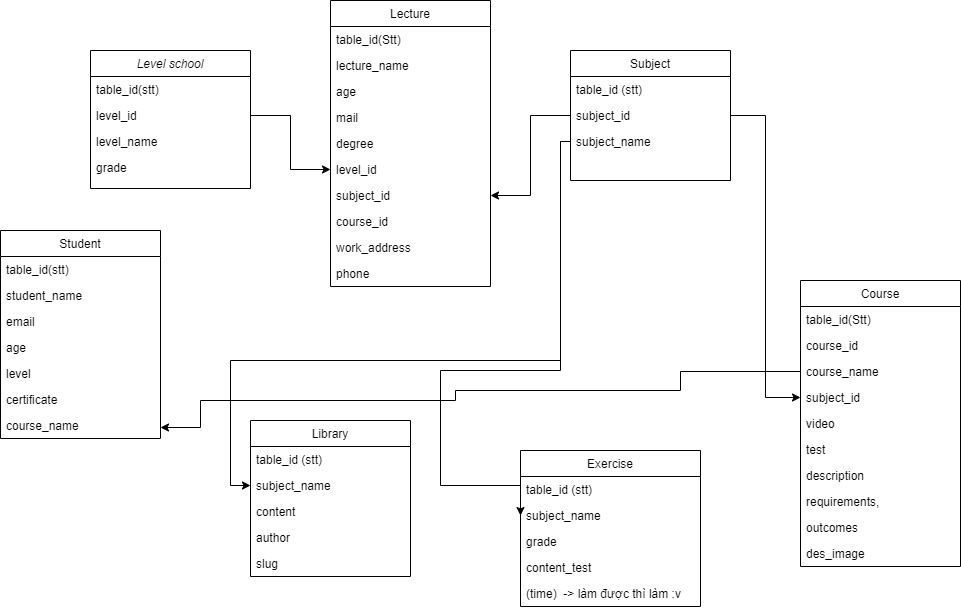
The draw.io diagram Untitled Diagram.drawio.png in luongminh2111/Web-e-learning, before a commit. Source tidied: cells renumbered, new cells last; positions are measured from the earlier drawing's top-left corner, leaving out a move shared by most shapes.
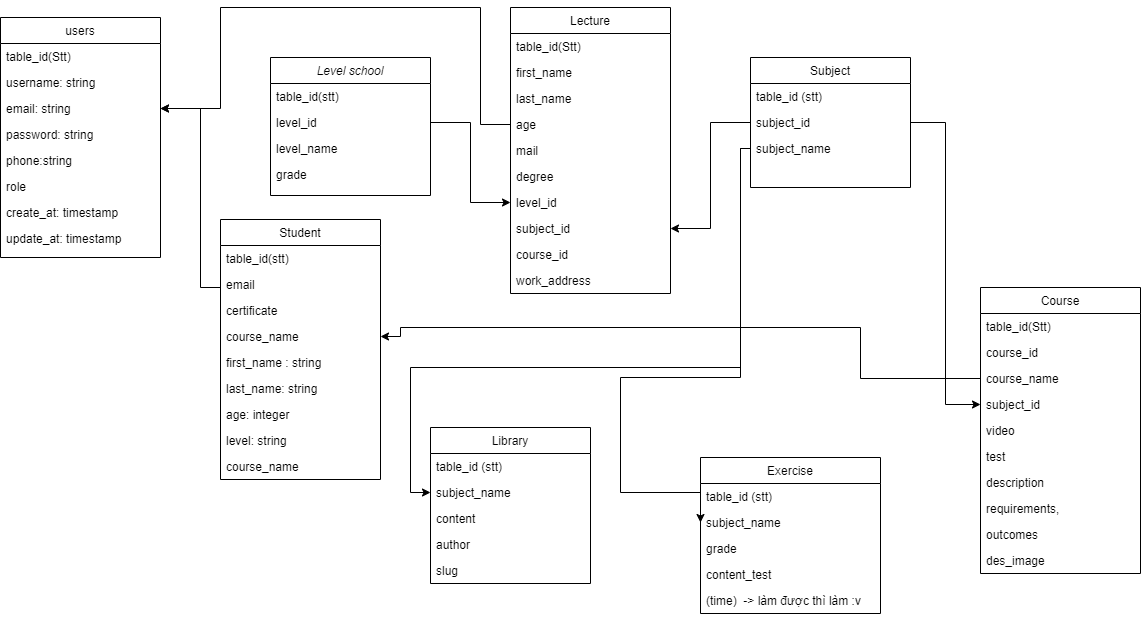
After the commit.

The edit, as a diff of the source:
```diff
@@ -18,29 +18,35 @@
       <mxGeometry y="104" width="160" height="32" as="geometry" />
     </mxCell>
     <mxCell id="7" value="Student" style="swimlane;fontStyle=0;align=center;verticalAlign=top;horizontal=1;startSize=26;rounded=0;shadow=0;strokeWidth=1;" parent="1" vertex="1">
-      <mxGeometry y="230" width="160" height="208" as="geometry" />
+      <mxGeometry x="40" y="212" width="160" height="260" as="geometry" />
     </mxCell>
     <mxCell id="8" value="table_id(stt)" style="text;align=left;verticalAlign=top;spacingLeft=4;spacingRight=4;overflow=hidden;" parent="7" vertex="1">
       <mxGeometry y="26" width="160" height="26" as="geometry" />
     </mxCell>
-    <mxCell id="9" value="student_name" style="text;align=left;verticalAlign=top;spacingLeft=4;spacingRight=4;overflow=hidden;rounded=0;shadow=0;html=0;" parent="7" vertex="1">
-      <mxGeometry y="52" width="160" height="26" as="geometry" />
-    </mxCell>
     <mxCell id="10" value="email" style="text;align=left;verticalAlign=top;spacingLeft=4;spacingRight=4;overflow=hidden;rounded=0;shadow=0;html=0;" parent="7" vertex="1">
-      <mxGeometry y="78" width="160" height="26" as="geometry" />
+      <mxGeometry y="52" width="160" height="26" as="geometry" />
     </mxCell>
-    <mxCell id="11" value="age" style="text;align=left;verticalAlign=top;spacingLeft=4;spacingRight=4;overflow=hidden;rounded=0;shadow=0;html=0;" parent="7" vertex="1">
-      <mxGeometry y="104" width="160" height="26" as="geometry" />
-    </mxCell>
-    <mxCell id="12" value="level" style="text;align=left;verticalAlign=top;spacingLeft=4;spacingRight=4;overflow=hidden;rounded=0;shadow=0;html=0;" parent="7" vertex="1">
-      <mxGeometry y="130" width="160" height="26" as="geometry" />
-    </mxCell>
     <mxCell id="13" value="certificate" style="text;align=left;verticalAlign=top;spacingLeft=4;spacingRight=4;overflow=hidden;rounded=0;shadow=0;html=0;" parent="7" vertex="1">
-      <mxGeometry y="156" width="160" height="26" as="geometry" />
+      <mxGeometry y="78" width="160" height="26" as="geometry" />
     </mxCell>
     <mxCell id="14" value="course_name" style="text;align=left;verticalAlign=top;spacingLeft=4;spacingRight=4;overflow=hidden;points=[[0,0.5],[1,0.5]];portConstraint=eastwest;rounded=0;shadow=0;html=0;" parent="7" vertex="1">
-      <mxGeometry y="182" width="160" height="26" as="geometry" />
+      <mxGeometry y="104" width="160" height="26" as="geometry" />
     </mxCell>
+    <mxCell id="59" value="first_name : string" style="text;align=left;verticalAlign=top;spacingLeft=4;spacingRight=4;overflow=hidden;rounded=0;shadow=0;html=0;" parent="7" vertex="1">
+      <mxGeometry y="130" width="160" height="26" as="geometry" />
+    </mxCell>
+    <mxCell id="60" value="last_name: string" style="text;align=left;verticalAlign=top;spacingLeft=4;spacingRight=4;overflow=hidden;rounded=0;shadow=0;html=0;" parent="7" vertex="1">
+      <mxGeometry y="156" width="160" height="26" as="geometry" />
+    </mxCell>
+    <mxCell id="61" value="age: integer" style="text;align=left;verticalAlign=top;spacingLeft=4;spacingRight=4;overflow=hidden;rounded=0;shadow=0;html=0;" parent="7" vertex="1">
+      <mxGeometry y="182" width="160" height="26" as="geometry" />
+    </mxCell>
+    <mxCell id="62" value="level: string" style="text;align=left;verticalAlign=top;spacingLeft=4;spacingRight=4;overflow=hidden;rounded=0;shadow=0;html=0;" parent="7" vertex="1">
+      <mxGeometry y="208" width="160" height="26" as="geometry" />
+    </mxCell>
+    <mxCell id="63" value="course_name" style="text;align=left;verticalAlign=top;spacingLeft=4;spacingRight=4;overflow=hidden;rounded=0;shadow=0;html=0;" parent="7" vertex="1">
+      <mxGeometry y="234" width="160" height="26" as="geometry" />
+    </mxCell>
     <mxCell id="15" value="Subject" style="swimlane;fontStyle=0;align=center;verticalAlign=top;horizontal=1;startSize=26;rounded=0;shadow=0;strokeWidth=1;" parent="1" vertex="1">
       <mxGeometry x="570" y="50" width="160" height="130" as="geometry" />
     </mxCell>
@@ -59,33 +65,33 @@
     <mxCell id="20" value="table_id(Stt)" style="text;align=left;verticalAlign=top;spacingLeft=4;spacingRight=4;overflow=hidden;" parent="19" vertex="1">
       <mxGeometry y="26" width="160" height="26" as="geometry" />
     </mxCell>
-    <mxCell id="21" value="lecture_name" style="text;align=left;verticalAlign=top;spacingLeft=4;spacingRight=4;overflow=hidden;rounded=0;shadow=0;html=0;" parent="19" vertex="1">
+    <mxCell id="21" value="first_name" style="text;align=left;verticalAlign=top;spacingLeft=4;spacingRight=4;overflow=hidden;rounded=0;shadow=0;html=0;" parent="19" vertex="1">
       <mxGeometry y="52" width="160" height="26" as="geometry" />
     </mxCell>
+    <mxCell id="64" value="last_name" style="text;align=left;verticalAlign=top;spacingLeft=4;spacingRight=4;overflow=hidden;rounded=0;shadow=0;html=0;" parent="19" vertex="1">
+      <mxGeometry y="78" width="160" height="26" as="geometry" />
+    </mxCell>
     <mxCell id="22" value="age" style="text;align=left;verticalAlign=top;spacingLeft=4;spacingRight=4;overflow=hidden;rounded=0;shadow=0;html=0;" parent="19" vertex="1">
-      <mxGeometry y="78" width="160" height="26" as="geometry" />
+      <mxGeometry y="104" width="160" height="26" as="geometry" />
     </mxCell>
     <mxCell id="23" value="mail" style="text;align=left;verticalAlign=top;spacingLeft=4;spacingRight=4;overflow=hidden;points=[[0,0.5],[1,0.5]];portConstraint=eastwest;rounded=0;shadow=0;html=0;" parent="19" vertex="1">
-      <mxGeometry y="104" width="160" height="26" as="geometry" />
+      <mxGeometry y="130" width="160" height="26" as="geometry" />
     </mxCell>
     <mxCell id="24" value="degree" style="text;align=left;verticalAlign=top;spacingLeft=4;spacingRight=4;overflow=hidden;rounded=0;shadow=0;html=0;" parent="19" vertex="1">
-      <mxGeometry y="130" width="160" height="26" as="geometry" />
+      <mxGeometry y="156" width="160" height="26" as="geometry" />
     </mxCell>
     <mxCell id="25" value="level_id" style="text;align=left;verticalAlign=top;spacingLeft=4;spacingRight=4;overflow=hidden;points=[[0,0.5],[1,0.5]];portConstraint=eastwest;rounded=0;shadow=0;html=0;" parent="19" vertex="1">
-      <mxGeometry y="156" width="160" height="26" as="geometry" />
+      <mxGeometry y="182" width="160" height="26" as="geometry" />
     </mxCell>
     <mxCell id="26" value="subject_id" style="text;align=left;verticalAlign=top;spacingLeft=4;spacingRight=4;overflow=hidden;points=[[0,0.5],[1,0.5]];portConstraint=eastwest;rounded=0;shadow=0;html=0;" parent="19" vertex="1">
-      <mxGeometry y="182" width="160" height="26" as="geometry" />
+      <mxGeometry y="208" width="160" height="26" as="geometry" />
     </mxCell>
     <mxCell id="27" value="course_id" style="text;align=left;verticalAlign=top;spacingLeft=4;spacingRight=4;overflow=hidden;rounded=0;shadow=0;html=0;" parent="19" vertex="1">
-      <mxGeometry y="208" width="160" height="26" as="geometry" />
+      <mxGeometry y="234" width="160" height="26" as="geometry" />
     </mxCell>
     <mxCell id="28" value="work_address" style="text;align=left;verticalAlign=top;spacingLeft=4;spacingRight=4;overflow=hidden;rounded=0;shadow=0;html=0;" parent="19" vertex="1">
-      <mxGeometry y="234" width="160" height="26" as="geometry" />
+      <mxGeometry y="260" width="160" height="26" as="geometry" />
     </mxCell>
-    <mxCell id="29" value="phone" style="text;align=left;verticalAlign=top;spacingLeft=4;spacingRight=4;overflow=hidden;rounded=0;shadow=0;html=0;" parent="19" vertex="1">
-      <mxGeometry y="260" width="160" height="26" as="geometry" />
-    </mxCell>
     <mxCell id="30" value="Course" style="swimlane;fontStyle=0;align=center;verticalAlign=top;horizontal=1;startSize=26;rounded=0;shadow=0;strokeWidth=1;" parent="1" vertex="1">
       <mxGeometry x="800" y="280" width="160" height="286" as="geometry" />
     </mxCell>
@@ -184,17 +190,62 @@
         </Array>
       </mxGeometry>
     </mxCell>
-    <mxCell id="58" style="edgeStyle=orthogonalEdgeStyle;rounded=0;jettySize=auto;html=1;" parent="1" edge="1" source="33" target="14">
+    <mxCell id="58" style="edgeStyle=orthogonalEdgeStyle;rounded=0;jettySize=auto;html=1;entryX=1;entryY=0.5;entryDx=0;entryDy=0;" parent="1" edge="1" source="33" target="14">
       <mxGeometry relative="1" as="geometry">
         <Array as="points">
           <mxPoint x="680" y="371" />
-          <mxPoint x="680" y="390" />
-          <mxPoint x="455" y="390" />
-          <mxPoint x="455" y="400" />
-          <mxPoint x="200" y="400" />
-          <mxPoint x="200" y="427" />
+          <mxPoint x="680" y="320" />
+          <mxPoint x="220" y="320" />
+          <mxPoint x="220" y="329" />
         </Array>
       </mxGeometry>
     </mxCell>
+    <mxCell id="65" value="users" style="swimlane;fontStyle=0;align=center;verticalAlign=top;horizontal=1;startSize=26;rounded=0;shadow=0;strokeWidth=1;" parent="1" vertex="1">
+      <mxGeometry x="-180" y="10" width="160" height="240" as="geometry" />
+    </mxCell>
+    <mxCell id="66" value="table_id(Stt)" style="text;align=left;verticalAlign=top;spacingLeft=4;spacingRight=4;overflow=hidden;" parent="65" vertex="1">
+      <mxGeometry y="26" width="160" height="26" as="geometry" />
+    </mxCell>
+    <mxCell id="67" value="username: string" style="text;align=left;verticalAlign=top;spacingLeft=4;spacingRight=4;overflow=hidden;rounded=0;shadow=0;html=0;" parent="65" vertex="1">
+      <mxGeometry y="52" width="160" height="26" as="geometry" />
+    </mxCell>
+    <mxCell id="68" value="email: string" style="text;align=left;verticalAlign=top;spacingLeft=4;spacingRight=4;overflow=hidden;points=[[0,0.5],[1,0.5]];portConstraint=eastwest;rounded=0;shadow=0;html=0;" parent="65" vertex="1">
+      <mxGeometry y="78" width="160" height="26" as="geometry" />
+    </mxCell>
+    <mxCell id="69" value="password: string" style="text;align=left;verticalAlign=top;spacingLeft=4;spacingRight=4;overflow=hidden;rounded=0;shadow=0;html=0;" parent="65" vertex="1">
+      <mxGeometry y="104" width="160" height="26" as="geometry" />
+    </mxCell>
+    <mxCell id="70" value="phone:string" style="text;align=left;verticalAlign=top;spacingLeft=4;spacingRight=4;overflow=hidden;rounded=0;shadow=0;html=0;" parent="65" vertex="1">
+      <mxGeometry y="130" width="160" height="26" as="geometry" />
+    </mxCell>
+    <mxCell id="71" value="role&#10;" style="text;align=left;verticalAlign=top;spacingLeft=4;spacingRight=4;overflow=hidden;rounded=0;shadow=0;html=0;" parent="65" vertex="1">
+      <mxGeometry y="156" width="160" height="26" as="geometry" />
+    </mxCell>
+    <mxCell id="72" value="create_at: timestamp" style="text;align=left;verticalAlign=top;spacingLeft=4;spacingRight=4;overflow=hidden;rounded=0;shadow=0;html=0;" parent="65" vertex="1">
+      <mxGeometry y="182" width="160" height="26" as="geometry" />
+    </mxCell>
+    <mxCell id="73" value="update_at: timestamp" style="text;align=left;verticalAlign=top;spacingLeft=4;spacingRight=4;overflow=hidden;rounded=0;shadow=0;html=0;" parent="65" vertex="1">
+      <mxGeometry y="208" width="160" height="26" as="geometry" />
+    </mxCell>
+    <mxCell id="74" style="edgeStyle=orthogonalEdgeStyle;rounded=0;jettySize=auto;html=1;entryX=1;entryY=0.5;entryDx=0;entryDy=0;exitX=0;exitY=0.5;exitDx=0;exitDy=0;" parent="1" edge="1" source="23" target="68">
+      <mxGeometry relative="1" as="geometry">
+        <Array as="points">
+          <mxPoint x="300" y="117" />
+          <mxPoint x="300" />
+          <mxPoint x="40" />
+          <mxPoint x="40" y="101" />
+        </Array>
+      </mxGeometry>
+    </mxCell>
+    <mxCell id="75" style="edgeStyle=orthogonalEdgeStyle;rounded=0;jettySize=auto;html=1;entryX=1;entryY=0.5;entryDx=0;entryDy=0;" parent="1" edge="1" target="68">
+      <mxGeometry relative="1" as="geometry">
+        <mxPoint x="40" y="280" as="sourcePoint" />
+        <Array as="points">
+          <mxPoint x="40" y="280" />
+          <mxPoint x="20" y="280" />
+          <mxPoint x="20" y="101" />
+        </Array>
+      </mxGeometry>
+    </mxCell>
   </root>
 </mxGraphModel>
```
